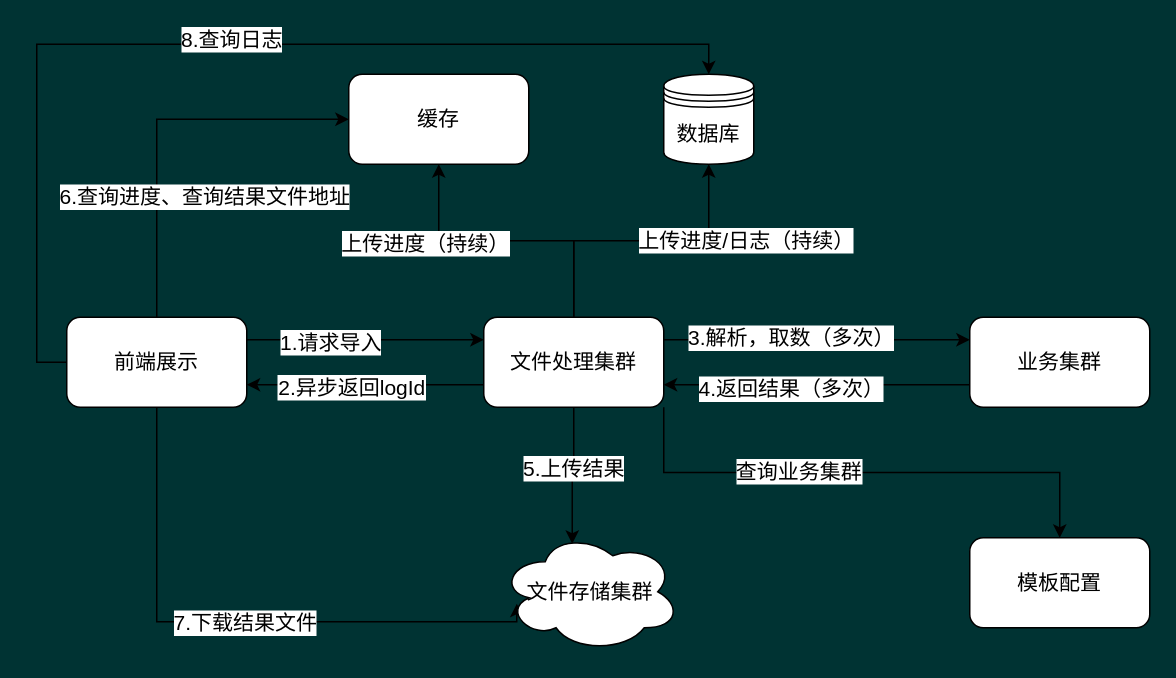
The draw.io diagram page "导入流程" (1 of 2) of 文件处理/Excel导入导出流程.drawio in chenzhaoplus/MyDrawio, before the edit. Source tidied: cells renumbered, new cells numbered last; positions are measured from the earlier drawing's top-left corner, leaving out a move shared by most shapes. Both pictures are drawn from the tidied source at 150%, with x=0, y=0 at pixel (66, 74).
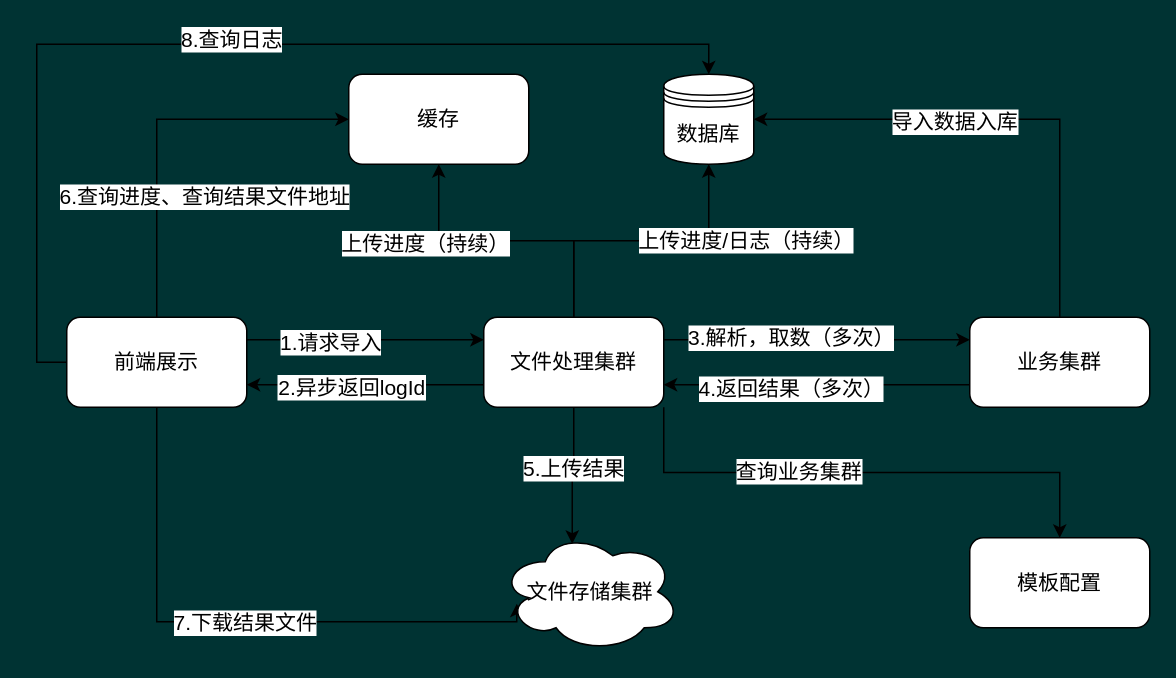
After the change.

The change refers to these unchanged cells:
```xml
<mxCell id="26" value="业务集群" style="rounded=1;whiteSpace=wrap;html=1;fontSize=14;" parent="1" vertex="1">
  <mxGeometry x="602" y="162" width="120" height="60" as="geometry" />
</mxCell>
<mxCell id="29" value="数据库" style="shape=datastore;whiteSpace=wrap;html=1;fontSize=14;" parent="1" vertex="1">
  <mxGeometry x="398" width="60" height="60" as="geometry" />
</mxCell>
```

Change to the diagram source:
```diff
@@
+    <mxCell id="31" style="edgeStyle=orthogonalEdgeStyle;rounded=0;jettySize=auto;html=1;exitX=0.5;exitY=0;exitDx=0;exitDy=0;entryX=1;entryY=0.5;entryDx=0;entryDy=0;fontSize=14;" parent="1" edge="1" source="26" target="29">
+      <mxGeometry relative="1" as="geometry" />
+    </mxCell>
+    <mxCell id="32" value="导入数据入库" style="edgeLabel;html=1;align=center;verticalAlign=middle;fontSize=14;" parent="31" vertex="1">
+      <mxGeometry x="0.21" y="1" relative="1" as="geometry" />
+    </mxCell>
```
